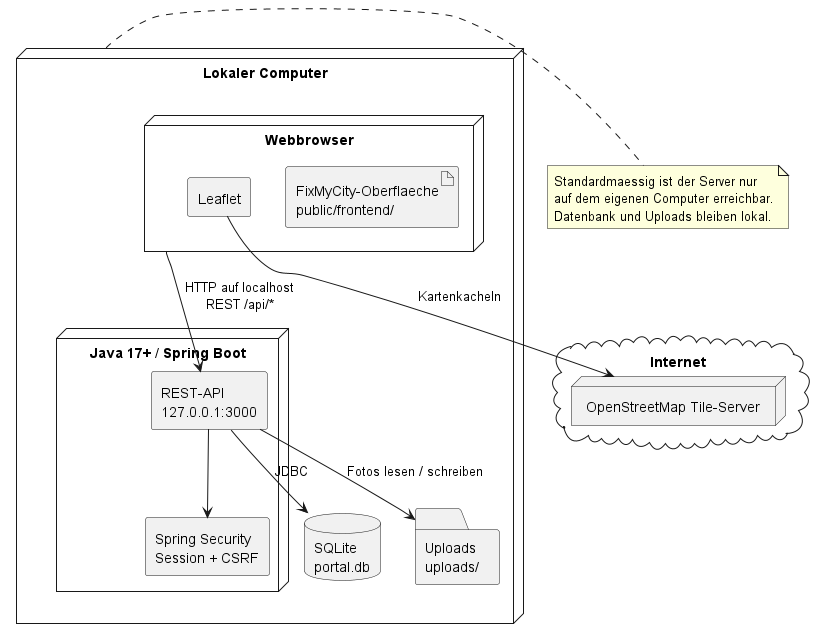
This is docs/uml/export/deployment.png from wenhuan-liang/stadtmeldung-portal, a PlantUML export, as it was before one commit. Source of this version:
```plantuml
@startuml
skinparam componentStyle rectangle

node "Lokaler Computer" as Computer {
  node "Webbrowser" as Browser {
    artifact "FixMyCity-Oberflaeche\npublic/frontend/" as Frontend
    component "Leaflet" as Leaflet
  }

  node "Java 17+ / Spring Boot" as App {
    component "REST-API\n127.0.0.1:3000" as API
    component "Spring Security\nSession + CSRF" as SpringSecurity
  }

  database "SQLite\nportal.db" as DB
  folder "Uploads\nuploads/" as Uploads
}

cloud "Internet" as Internet {
  node "OpenStreetMap Tile-Server" as OSM
}

Browser --> API : HTTP auf localhost\nREST /api/*
API --> SpringSecurity
API --> DB : JDBC
API --> Uploads : Fotos lesen / schreiben
Leaflet --> OSM : Kartenkacheln

note right of Computer
  Standardmaessig ist der Server nur
  auf dem eigenen Computer erreichbar.
  Datenbank und Uploads bleiben lokal.
end note
@enduml
```
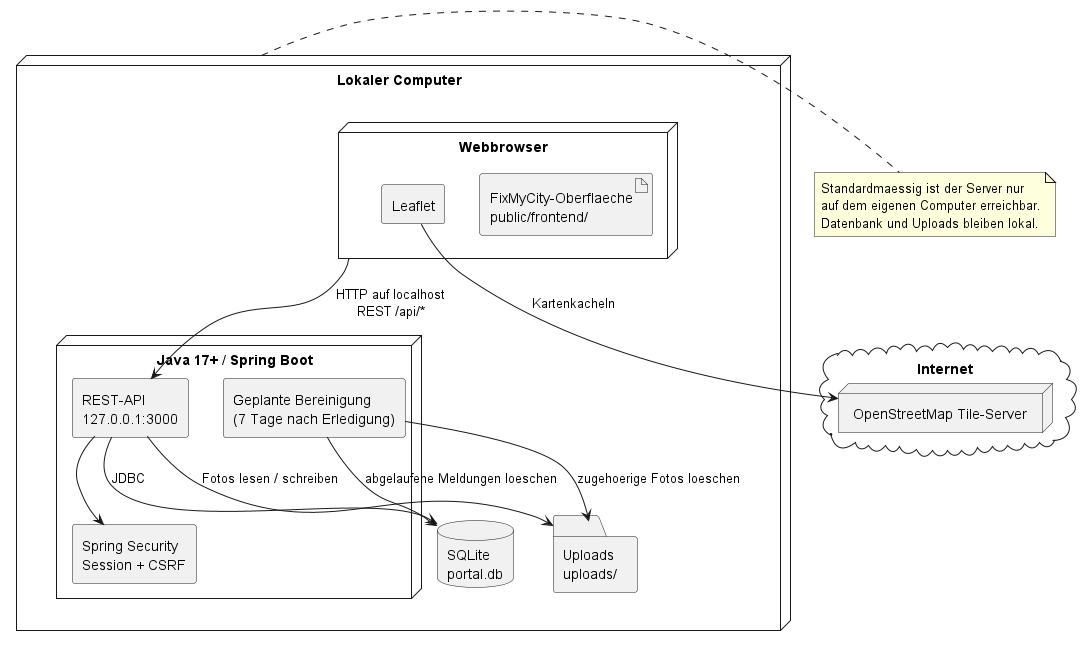
After the change.

Diff of the diagram source:
```diff
@@ -10,6 +10,7 @@
   node "Java 17+ / Spring Boot" as App {
     component "REST-API\n127.0.0.1:3000" as API
     component "Spring Security\nSession + CSRF" as SpringSecurity
+    component "Geplante Bereinigung\n(7 Tage nach Erledigung)" as Cleanup
   }
 
   database "SQLite\nportal.db" as DB
@@ -24,6 +25,8 @@
 API --> SpringSecurity
 API --> DB : JDBC
 API --> Uploads : Fotos lesen / schreiben
+Cleanup --> DB : abgelaufene Meldungen loeschen
+Cleanup --> Uploads : zugehoerige Fotos loeschen
 Leaflet --> OSM : Kartenkacheln
 
 note right of Computer
```
